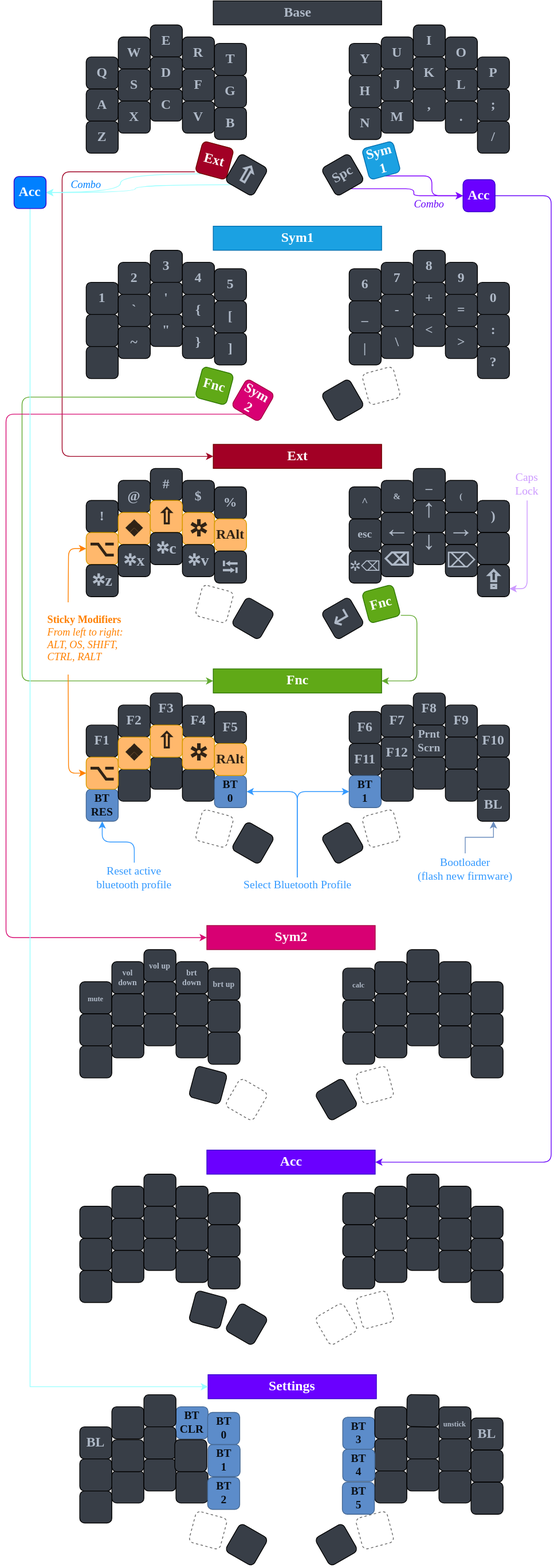
Above: Readme.svg in ayyleo/zmk-config (draw.io), before the change. Source tidied: cells renumbered, new cells last; positions are measured from the earlier drawing's top-left corner, leaving out a move shared by most shapes.
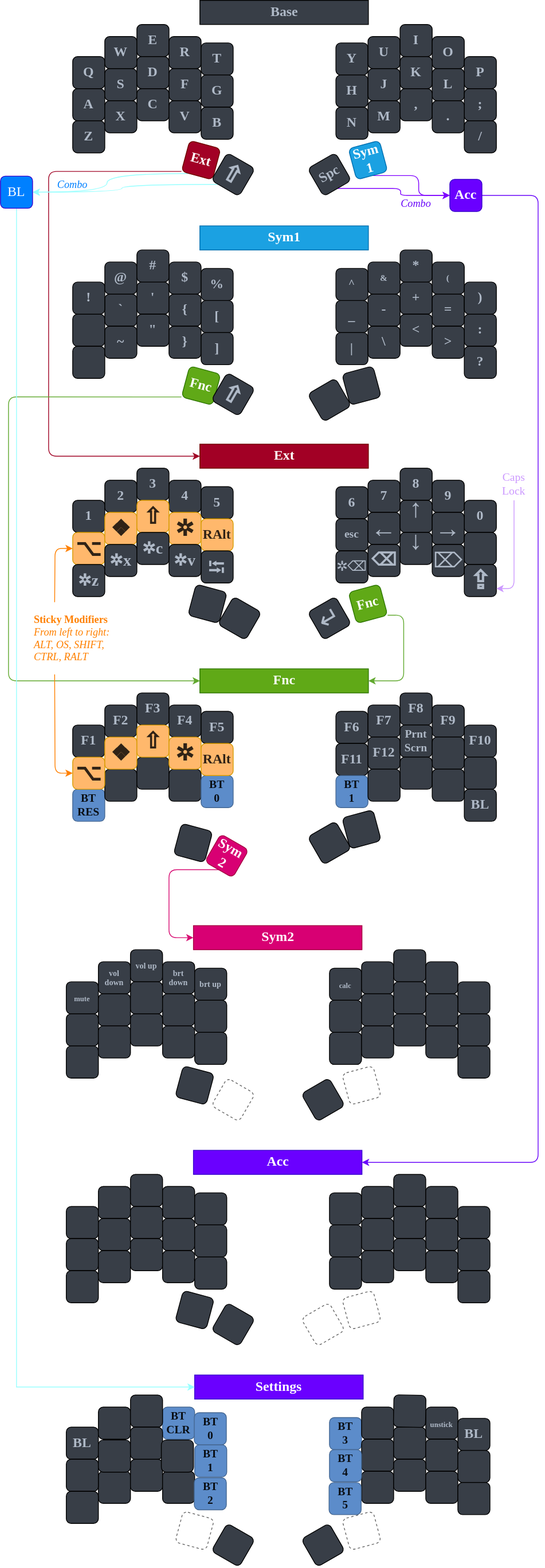
After the commit.

What changed in the source:
```diff
@@ -128,19 +128,19 @@
       <mxGeometry x="258.5" width="210" height="30" as="geometry" />
     </mxCell>
     <mxCell id="42" value="1" style="whiteSpace=wrap;html=1;fontSize=17;fontFamily=Verdana;fontStyle=1;fontColor=#AFB9C7;fillColor=#383E47;rounded=1;" parent="1" vertex="1">
-      <mxGeometry x="100" y="351" width="40" height="40" as="geometry" />
+      <mxGeometry x="100" y="623" width="40" height="40" as="geometry" />
     </mxCell>
     <mxCell id="43" value="2" style="whiteSpace=wrap;html=1;fontSize=17;fontFamily=Verdana;fontStyle=1;fontColor=#AFB9C7;fillColor=#383E47;rounded=1;" parent="1" vertex="1">
-      <mxGeometry x="140" y="326" width="40" height="40" as="geometry" />
+      <mxGeometry x="140" y="598" width="40" height="40" as="geometry" />
     </mxCell>
     <mxCell id="44" value="3" style="whiteSpace=wrap;html=1;fontSize=17;fontFamily=Verdana;fontStyle=1;fontColor=#AFB9C7;fillColor=#383E47;rounded=1;" parent="1" vertex="1">
-      <mxGeometry x="180" y="311" width="40" height="40" as="geometry" />
+      <mxGeometry x="180" y="583" width="40" height="40" as="geometry" />
     </mxCell>
     <mxCell id="45" value="4" style="whiteSpace=wrap;html=1;fontSize=17;fontFamily=Verdana;fontStyle=1;fontColor=#AFB9C7;fillColor=#383E47;rounded=1;" parent="1" vertex="1">
-      <mxGeometry x="220" y="326" width="40" height="40" as="geometry" />
+      <mxGeometry x="220" y="598" width="40" height="40" as="geometry" />
     </mxCell>
     <mxCell id="46" value="5" style="whiteSpace=wrap;html=1;fontSize=17;fontFamily=Verdana;fontStyle=1;fontColor=#AFB9C7;fillColor=#383E47;rounded=1;" parent="1" vertex="1">
-      <mxGeometry x="260" y="334" width="40" height="40" as="geometry" />
+      <mxGeometry x="260" y="606" width="40" height="40" as="geometry" />
     </mxCell>
     <mxCell id="47" style="whiteSpace=wrap;html=1;fontSize=17;fontFamily=Verdana;fontStyle=1;fontColor=#AFB9C7;fillColor=#383E47;rounded=1;" parent="1" vertex="1">
       <mxGeometry x="100" y="391" width="40" height="40" as="geometry" />
@@ -186,28 +186,28 @@
     <mxCell id="59" style="edgeStyle=orthogonalEdgeStyle;rounded=1;jettySize=auto;html=1;exitX=0.5;exitY=1;exitDx=0;exitDy=0;entryX=0;entryY=0.5;entryDx=0;entryDy=0;fontFamily=Verdana;fontSize=11;fontColor=#383E47;strokeColor=#D70B72;" parent="1" edge="1" source="60" target="231">
       <mxGeometry relative="1" as="geometry">
         <Array as="points">
-          <mxPoint y="515" />
-          <mxPoint y="1168" />
+          <mxPoint x="220" y="1083" />
+          <mxPoint x="220" y="1168" />
         </Array>
       </mxGeometry>
     </mxCell>
     <mxCell id="60" value="Sym&lt;br&gt;2" style="whiteSpace=wrap;html=1;rotation=30;fontSize=17;fontFamily=Verdana;fontStyle=1;fontColor=#ffffff;fillColor=#d80073;strokeColor=#A50040;rounded=1;" parent="1" vertex="1">
-      <mxGeometry x="288" y="478" width="40" height="40" as="geometry" />
+      <mxGeometry x="272" y="1046" width="40" height="40" as="geometry" />
     </mxCell>
     <mxCell id="61" value="6" style="whiteSpace=wrap;html=1;fontSize=17;fontFamily=Verdana;fontStyle=1;fontColor=#AFB9C7;fillColor=#383E47;rounded=1;" parent="1" vertex="1">
-      <mxGeometry x="428" y="334" width="40" height="40" as="geometry" />
+      <mxGeometry x="428" y="606" width="40" height="40" as="geometry" />
     </mxCell>
     <mxCell id="62" value="7" style="whiteSpace=wrap;html=1;fontSize=17;fontFamily=Verdana;fontStyle=1;fontColor=#AFB9C7;fillColor=#383E47;rounded=1;" parent="1" vertex="1">
-      <mxGeometry x="468" y="326" width="40" height="40" as="geometry" />
+      <mxGeometry x="468" y="598" width="40" height="40" as="geometry" />
     </mxCell>
     <mxCell id="63" value="8" style="whiteSpace=wrap;html=1;fontSize=17;fontFamily=Verdana;fontStyle=1;fontColor=#AFB9C7;fillColor=#383E47;rounded=1;" parent="1" vertex="1">
-      <mxGeometry x="508" y="311" width="40" height="40" as="geometry" />
+      <mxGeometry x="508" y="583" width="40" height="40" as="geometry" />
     </mxCell>
     <mxCell id="64" value="9" style="whiteSpace=wrap;html=1;fontSize=17;fontFamily=Verdana;fontStyle=1;fontColor=#AFB9C7;fillColor=#383E47;rounded=1;" parent="1" vertex="1">
-      <mxGeometry x="548" y="326" width="40" height="40" as="geometry" />
+      <mxGeometry x="548" y="598" width="40" height="40" as="geometry" />
     </mxCell>
     <mxCell id="65" value="0" style="whiteSpace=wrap;html=1;fontSize=17;fontFamily=Verdana;fontStyle=1;fontColor=#AFB9C7;fillColor=#383E47;rounded=1;" parent="1" vertex="1">
-      <mxGeometry x="588" y="351" width="40" height="40" as="geometry" />
+      <mxGeometry x="588" y="623" width="40" height="40" as="geometry" />
     </mxCell>
     <mxCell id="66" value="_" style="whiteSpace=wrap;html=1;fontSize=17;fontFamily=Verdana;fontStyle=1;fontColor=#AFB9C7;fillColor=#383E47;rounded=1;" parent="1" vertex="1">
       <mxGeometry x="428" y="374" width="40" height="40" as="geometry" />
@@ -242,26 +242,23 @@
     <mxCell id="76" style="whiteSpace=wrap;html=1;rotation=-30;fontSize=17;fontFamily=Verdana;fontStyle=1;fontColor=#AFB9C7;fillColor=#383E47;rounded=1;" parent="1" vertex="1">
       <mxGeometry x="400" y="478" width="40" height="40" as="geometry" />
     </mxCell>
-    <mxCell id="77" style="whiteSpace=wrap;html=1;rotation=-15;fontSize=17;fontFamily=Verdana;fontStyle=1;fontColor=#333333;fillColor=none;strokeColor=#666666;shadow=0;sketch=0;rounded=1;glass=0;dashed=1;" parent="1" vertex="1">
-      <mxGeometry x="448" y="460" width="40" height="40" as="geometry" />
-    </mxCell>
     <mxCell id="78" value="&lt;b&gt;Sym1&lt;/b&gt;" style="rounded=0;whiteSpace=wrap;html=1;fontFamily=Verdana;fontSize=17;fillColor=#1ba1e2;strokeColor=#006EAF;fontStyle=0;fontColor=#ffffff;" parent="1" vertex="1">
       <mxGeometry x="258.5" y="281" width="210" height="30" as="geometry" />
     </mxCell>
     <mxCell id="79" value="!" style="whiteSpace=wrap;html=1;fontSize=17;fontFamily=Verdana;fontStyle=1;fontColor=#AFB9C7;fillColor=#383E47;rounded=1;" parent="1" vertex="1">
-      <mxGeometry x="100" y="623" width="40" height="40" as="geometry" />
+      <mxGeometry x="100" y="351" width="40" height="40" as="geometry" />
     </mxCell>
     <mxCell id="80" value="@" style="whiteSpace=wrap;html=1;fontSize=17;fontFamily=Verdana;fontStyle=1;fontColor=#AFB9C7;fillColor=#383E47;rounded=1;" parent="1" vertex="1">
-      <mxGeometry x="140" y="598" width="40" height="40" as="geometry" />
+      <mxGeometry x="140" y="326" width="40" height="40" as="geometry" />
     </mxCell>
     <mxCell id="81" value="#" style="whiteSpace=wrap;html=1;fontSize=17;fontFamily=Verdana;fontStyle=1;fontColor=#AFB9C7;fillColor=#383E47;rounded=1;" parent="1" vertex="1">
-      <mxGeometry x="180" y="583" width="40" height="40" as="geometry" />
+      <mxGeometry x="180" y="311" width="40" height="40" as="geometry" />
     </mxCell>
     <mxCell id="82" value="$" style="whiteSpace=wrap;html=1;fontSize=17;fontFamily=Verdana;fontStyle=1;fontColor=#AFB9C7;fillColor=#383E47;rounded=1;" parent="1" vertex="1">
-      <mxGeometry x="220" y="598" width="40" height="40" as="geometry" />
+      <mxGeometry x="220" y="326" width="40" height="40" as="geometry" />
     </mxCell>
     <mxCell id="83" value="%" style="whiteSpace=wrap;html=1;fontSize=17;fontFamily=Verdana;fontStyle=1;fontColor=#AFB9C7;fillColor=#383E47;rounded=1;" parent="1" vertex="1">
-      <mxGeometry x="260" y="606" width="40" height="40" as="geometry" />
+      <mxGeometry x="260" y="334" width="40" height="40" as="geometry" />
     </mxCell>
     <mxCell id="84" value="&lt;span style=&quot;font-family: &amp;quot;segoe ui emoji&amp;quot;, &amp;quot;apple color emoji&amp;quot;, &amp;quot;noto color emoji&amp;quot;; font-size: 28px;&quot;&gt;⌥&lt;/span&gt;" style="whiteSpace=wrap;html=1;fontSize=17;fontFamily=Verdana;fontStyle=1;fillColor=#ffb86c;strokeColor=#d79b00;fontColor=#302316;rounded=1;" parent="1" vertex="1">
       <mxGeometry x="100" y="663" width="40" height="40" as="geometry" />
@@ -293,26 +290,23 @@
     <mxCell id="93" value="&lt;span style=&quot;font-family: &amp;quot;segoe ui emoji&amp;quot;, &amp;quot;apple color emoji&amp;quot;, &amp;quot;noto color emoji&amp;quot;; font-size: 20px;&quot;&gt;✲v&lt;/span&gt;" style="whiteSpace=wrap;html=1;fontSize=17;fontFamily=Verdana;fontStyle=1;fontColor=#AFB9C7;fillColor=#383E47;rounded=1;" parent="1" vertex="1">
       <mxGeometry x="220" y="678" width="40" height="40" as="geometry" />
     </mxCell>
-    <mxCell id="94" style="whiteSpace=wrap;html=1;rotation=15;fontSize=17;fontFamily=Verdana;fontStyle=1;fontColor=#333333;fillColor=none;strokeColor=#666666;rounded=1;shadow=0;dashed=1;glass=0;sketch=0;" parent="1" vertex="1">
-      <mxGeometry x="240" y="732" width="40" height="40" as="geometry" />
-    </mxCell>
     <mxCell id="95" style="whiteSpace=wrap;html=1;rotation=30;fontSize=17;fontFamily=Verdana;fontStyle=1;fontColor=#AFB9C7;fillColor=#383E47;rounded=1;" parent="1" vertex="1">
       <mxGeometry x="288" y="750" width="40" height="40" as="geometry" />
     </mxCell>
     <mxCell id="96" value="^" style="whiteSpace=wrap;html=1;fontSize=14;fontFamily=Verdana;fontStyle=1;fontColor=#AFB9C7;fillColor=#383E47;rounded=1;" parent="1" vertex="1">
-      <mxGeometry x="428" y="606" width="40" height="40" as="geometry" />
+      <mxGeometry x="428" y="334" width="40" height="40" as="geometry" />
     </mxCell>
     <mxCell id="97" value="&amp;amp;" style="whiteSpace=wrap;html=1;fontSize=11;fontFamily=Verdana;fontStyle=1;fontColor=#AFB9C7;fillColor=#383E47;rounded=1;" parent="1" vertex="1">
-      <mxGeometry x="468" y="598" width="40" height="40" as="geometry" />
+      <mxGeometry x="468" y="326" width="40" height="40" as="geometry" />
     </mxCell>
     <mxCell id="98" value="*" style="whiteSpace=wrap;html=1;fontSize=17;fontFamily=Verdana;fontStyle=1;fontColor=#AFB9C7;fillColor=#383E47;rounded=1;" parent="1" vertex="1">
-      <mxGeometry x="508" y="583" width="40" height="40" as="geometry" />
+      <mxGeometry x="508" y="311" width="40" height="40" as="geometry" />
     </mxCell>
     <mxCell id="99" value="(" style="whiteSpace=wrap;html=1;fontSize=11;fontFamily=Verdana;fontStyle=1;fontColor=#AFB9C7;fillColor=#383E47;rounded=1;" parent="1" vertex="1">
-      <mxGeometry x="548" y="598" width="40" height="40" as="geometry" />
+      <mxGeometry x="548" y="326" width="40" height="40" as="geometry" />
     </mxCell>
     <mxCell id="100" value=")" style="whiteSpace=wrap;html=1;fontSize=17;fontFamily=Verdana;fontStyle=1;fontColor=#AFB9C7;fillColor=#383E47;rounded=1;" parent="1" vertex="1">
-      <mxGeometry x="588" y="623" width="40" height="40" as="geometry" />
+      <mxGeometry x="588" y="351" width="40" height="40" as="geometry" />
     </mxCell>
     <mxCell id="101" value="esc" style="whiteSpace=wrap;html=1;fontSize=14;fontFamily=Verdana;fontStyle=1;fontColor=#AFB9C7;fillColor=#383E47;rounded=1;" parent="1" vertex="1">
       <mxGeometry x="428" y="646" width="40" height="40" as="geometry" />
@@ -458,9 +452,6 @@
     <mxCell id="145" style="whiteSpace=wrap;html=1;rotation=-30;fontSize=17;fontFamily=Verdana;fontStyle=1;fontColor=#AFB9C7;fillColor=#383E47;rounded=1;" parent="1" vertex="1">
       <mxGeometry x="400" y="1030" width="40" height="40" as="geometry" />
     </mxCell>
-    <mxCell id="146" style="whiteSpace=wrap;html=1;rotation=-15;fontSize=17;fontFamily=Verdana;fontStyle=1;fontColor=#333333;fillColor=none;strokeColor=#666666;rounded=1;shadow=0;dashed=1;glass=0;sketch=0;" parent="1" vertex="1">
-      <mxGeometry x="448" y="1012" width="40" height="40" as="geometry" />
-    </mxCell>
     <mxCell id="147" value="Fnc" style="rounded=0;whiteSpace=wrap;html=1;fontFamily=Verdana;fontSize=17;fontStyle=1;fillColor=#60a917;strokeColor=#2D7600;fontColor=#ffffff;" parent="1" vertex="1">
       <mxGeometry x="258.5" y="833" width="210" height="30" as="geometry" />
     </mxCell>
@@ -591,23 +582,11 @@
     <mxCell id="188" value="Acc" style="rounded=0;whiteSpace=wrap;html=1;fontFamily=Verdana;fontSize=17;fontStyle=1;fillColor=#6a00ff;strokeColor=#3700CC;fontColor=#ffffff;" parent="1" vertex="1">
       <mxGeometry x="250.5" y="1433" width="210" height="30" as="geometry" />
     </mxCell>
-    <mxCell id="189" style="edgeStyle=orthogonalEdgeStyle;rounded=1;jettySize=auto;html=1;exitX=0.5;exitY=0;exitDx=0;exitDy=0;entryX=1;entryY=0.5;entryDx=0;entryDy=0;fontFamily=Verdana;fontSize=14;fontColor=#3399FF;strokeColor=#3399FF;" parent="1" edge="1" source="191" target="129">
-      <mxGeometry relative="1" as="geometry" />
-    </mxCell>
-    <mxCell id="190" style="edgeStyle=orthogonalEdgeStyle;rounded=1;jettySize=auto;html=1;exitX=0.5;exitY=0;exitDx=0;exitDy=0;entryX=0;entryY=0.5;entryDx=0;entryDy=0;fontFamily=Verdana;fontSize=14;fontColor=#3399FF;strokeColor=#3399FF;" parent="1" edge="1" source="191" target="140">
-      <mxGeometry relative="1" as="geometry" />
-    </mxCell>
-    <mxCell id="191" value="Select Bluetooth Profile" style="text;html=1;strokeColor=none;fillColor=none;align=center;verticalAlign=middle;whiteSpace=wrap;rounded=0;shadow=0;glass=0;sketch=0;fontFamily=Verdana;fontSize=14;fontColor=#3399FF;" parent="1" vertex="1">
-      <mxGeometry x="278.5" y="1093" width="169.5" height="20" as="geometry" />
-    </mxCell>
-    <mxCell id="192" style="edgeStyle=orthogonalEdgeStyle;rounded=1;jettySize=auto;html=1;entryX=0.5;entryY=1;entryDx=0;entryDy=0;fontFamily=Verdana;fontSize=14;fontColor=#3399FF;strokeColor=#3399FF;fillColor=#dae8fc;" parent="1" edge="1" source="193" target="125">
-      <mxGeometry relative="1" as="geometry" />
-    </mxCell>
-    <mxCell id="193" value="Reset active&lt;br&gt;bluetooth profile" style="text;html=1;strokeColor=none;fillColor=none;align=center;verticalAlign=middle;whiteSpace=wrap;rounded=0;shadow=0;glass=0;sketch=0;fontFamily=Verdana;fontSize=14;fontColor=#3399FF;" parent="1" vertex="1">
-      <mxGeometry x="92" y="1074.5" width="136" height="38.5" as="geometry" />
-    </mxCell>
-    <mxCell id="194" style="edgeStyle=orthogonalEdgeStyle;rounded=1;orthogonalLoop=1;jettySize=auto;html=1;exitX=0.5;exitY=1;exitDx=0;exitDy=0;fontFamily=Verdana;fontSize=14;fontColor=#3399FF;strokeColor=#FF8000;" parent="1" edge="1" source="193" target="193">
-      <mxGeometry relative="1" as="geometry" />
+    <mxCell id="194" style="edgeStyle=orthogonalEdgeStyle;rounded=1;orthogonalLoop=1;jettySize=auto;html=1;exitX=0.5;exitY=1;exitDx=0;exitDy=0;fontFamily=Verdana;fontSize=14;fontColor=#3399FF;strokeColor=#FF8000;" parent="1" edge="1">
+      <mxGeometry relative="1" as="geometry">
+        <mxPoint x="160" y="1113" as="sourcePoint" />
+        <mxPoint x="160" y="1113" as="targetPoint" />
+      </mxGeometry>
     </mxCell>
     <mxCell id="195" style="edgeStyle=orthogonalEdgeStyle;rounded=1;jettySize=auto;html=1;fontFamily=Verdana;fontSize=14;fontColor=#CC99FF;strokeColor=#CC99FF;entryX=1;entryY=0.75;entryDx=0;entryDy=0;exitX=0.5;exitY=1;exitDx=0;exitDy=0;" parent="1" edge="1" source="196" target="110">
       <mxGeometry relative="1" as="geometry">
@@ -724,18 +703,6 @@
     <mxCell id="231" value="Sym2" style="rounded=0;whiteSpace=wrap;html=1;fontFamily=Verdana;fontSize=17;fillColor=#d80073;strokeColor=#A50040;fontColor=#ffffff;fontStyle=1;" parent="1" vertex="1">
       <mxGeometry x="250.5" y="1153" width="210" height="30" as="geometry" />
     </mxCell>
-    <mxCell id="232" style="whiteSpace=wrap;html=1;rotation=15;fontSize=17;fontFamily=Verdana;fontStyle=1;fontColor=#333333;fillColor=none;strokeColor=#666666;rounded=1;shadow=0;dashed=1;glass=0;sketch=0;" parent="1" vertex="1">
-      <mxGeometry x="240" y="1012" width="40" height="40" as="geometry" />
-    </mxCell>
-    <mxCell id="233" style="whiteSpace=wrap;html=1;rotation=30;fontSize=17;fontFamily=Verdana;fontStyle=1;fontColor=#AFB9C7;fillColor=#383E47;rounded=1;" parent="1" vertex="1">
-      <mxGeometry x="288" y="1030" width="40" height="40" as="geometry" />
-    </mxCell>
-    <mxCell id="234" style="edgeStyle=orthogonalEdgeStyle;rounded=0;jettySize=auto;html=1;exitX=0.5;exitY=0;exitDx=0;exitDy=0;entryX=0.5;entryY=1;entryDx=0;entryDy=0;fillColor=#dae8fc;strokeColor=#6c8ebf;" parent="1" edge="1" source="235" target="144">
-      <mxGeometry relative="1" as="geometry" />
-    </mxCell>
-    <mxCell id="235" value="Bootloader&lt;br&gt;(flash new firmware)" style="text;html=1;strokeColor=none;fillColor=none;align=center;verticalAlign=middle;whiteSpace=wrap;rounded=0;shadow=0;glass=0;sketch=0;fontFamily=Verdana;fontSize=14;fontColor=#3399FF;" parent="1" vertex="1">
-      <mxGeometry x="488" y="1063" width="169.5" height="40" as="geometry" />
-    </mxCell>
     <mxCell id="236" value="BL" style="whiteSpace=wrap;html=1;fontSize=17;fontFamily=Verdana;fontStyle=1;fontColor=#AFB9C7;fillColor=#383E47;rounded=1;" parent="1" vertex="1">
       <mxGeometry x="92" y="1778" width="40" height="40" as="geometry" />
     </mxCell>
@@ -853,8 +820,23 @@
     <mxCell id="273" style="edgeStyle=orthogonalEdgeStyle;rounded=0;jettySize=auto;html=1;exitX=0.5;exitY=1;exitDx=0;exitDy=0;entryX=0;entryY=0.5;entryDx=0;entryDy=0;strokeColor=#99FFFF;fontSize=9;fontColor=#0080ff;" parent="1" edge="1" source="274" target="256">
       <mxGeometry relative="1" as="geometry" />
     </mxCell>
-    <mxCell id="274" value="&lt;b&gt;Acc&lt;/b&gt;" style="whiteSpace=wrap;html=1;rounded=1;shadow=0;glass=0;sketch=0;fontFamily=Verdana;fontSize=17;fontColor=#ffffff;fillColor=#0080ff;strokeColor=#3700CC;" parent="1" vertex="1">
+    <mxCell id="274" value="BL" style="whiteSpace=wrap;html=1;rounded=1;shadow=0;glass=0;sketch=0;fontFamily=Verdana;fontSize=17;fontColor=#ffffff;fillColor=#0080ff;strokeColor=#3700CC;" parent="1" vertex="1">
       <mxGeometry x="10" y="219" width="40" height="40" as="geometry" />
     </mxCell>
+    <mxCell id="275" value="&lt;span style=&quot;font-family: &amp;quot;segoe ui emoji&amp;quot;, &amp;quot;apple color emoji&amp;quot;, &amp;quot;noto color emoji&amp;quot;; font-size: 30px;&quot;&gt;&lt;font style=&quot;font-size: 30px;&quot;&gt;⇧&lt;/font&gt;&lt;/span&gt;" style="whiteSpace=wrap;html=1;rotation=30;fontSize=30;fontFamily=Verdana;fontStyle=1;fontColor=#AFB9C7;fillColor=#383E47;rounded=1;" parent="1" vertex="1">
+      <mxGeometry x="280" y="471" width="40" height="40" as="geometry" />
+    </mxCell>
+    <mxCell id="276" style="whiteSpace=wrap;html=1;rotation=-15;fontSize=17;fontFamily=Verdana;fontStyle=1;fontColor=#AFB9C7;fillColor=#383E47;rounded=1;" parent="1" vertex="1">
+      <mxGeometry x="440" y="1013" width="40" height="40" as="geometry" />
+    </mxCell>
+    <mxCell id="277" style="whiteSpace=wrap;html=1;rotation=-75;fontSize=17;fontFamily=Verdana;fontStyle=1;fontColor=#AFB9C7;fillColor=#383E47;rounded=1;" parent="1" vertex="1">
+      <mxGeometry x="230" y="1030" width="40" height="40" as="geometry" />
+    </mxCell>
+    <mxCell id="278" style="whiteSpace=wrap;html=1;rotation=-15;fontSize=17;fontFamily=Verdana;fontStyle=1;fontColor=#AFB9C7;fillColor=#383E47;rounded=1;" parent="1" vertex="1">
+      <mxGeometry x="440" y="460" width="40" height="40" as="geometry" />
+    </mxCell>
+    <mxCell id="279" style="whiteSpace=wrap;html=1;rotation=-75;fontSize=17;fontFamily=Verdana;fontStyle=1;fontColor=#AFB9C7;fillColor=#383E47;rounded=1;" parent="1" vertex="1">
+      <mxGeometry x="248" y="732" width="40" height="40" as="geometry" />
+    </mxCell>
   </root>
 </mxGraphModel>
```
